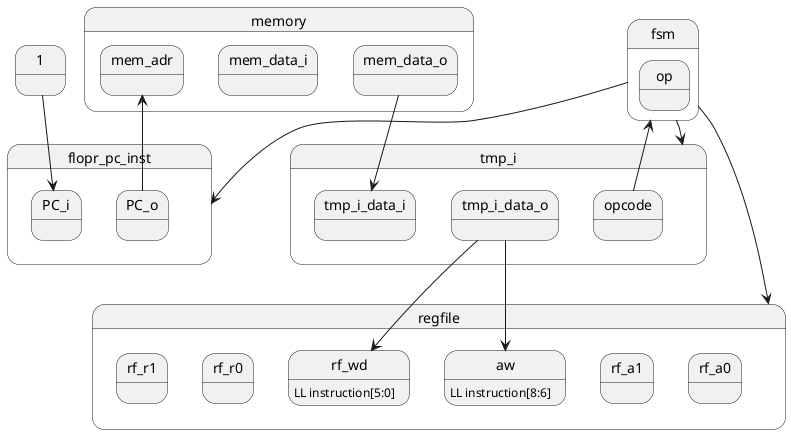
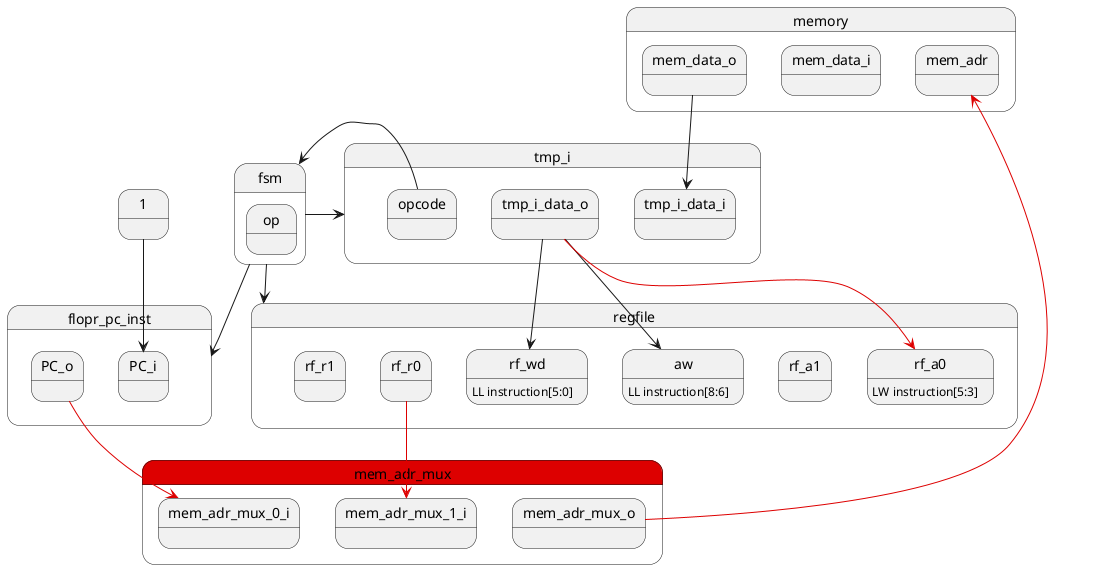
@startuml ttt

state flopr_pc_inst {
    state PC_i
    state PC_o
}

state regfile {
    state rf_a0
+     rf_a0 : LW instruction[5:3]
    state rf_a1
    state aw
    aw : LL instruction[8:6]
    state rf_wd
    rf_wd : LL instruction[5:0]
    state rf_r0
+ 
    state rf_r1
}

state memory {
    state mem_adr
    state mem_data_i
    state mem_data_o
}

state tmp_i {
    state tmp_i_data_i
    state tmp_i_data_o
    state opcode
}

+ state mem_adr_mux #dd0000 {
+    state mem_adr_mux_0_i
+    state mem_adr_mux_1_i
+    state mem_adr_mux_o
+ }
+ 
1 --> PC_i
- PC_o --> mem_adr
+ 
+ PC_o -[#dd0000]-> mem_adr_mux_0_i
+ rf_r0 -[#dd0000]-> mem_adr_mux_1_i
+ mem_adr_mux_o -[#dd0000]-> mem_adr
+ 

mem_data_o --> tmp_i_data_i
tmp_i_data_o --> aw
tmp_i_data_o --> rf_wd

state fsm {
    state op
}

opcode --> fsm
fsm --> tmp_i
fsm --> regfile
fsm --> flopr_pc_inst

- 
- 
- 
+ tmp_i_data_o -[#dd0000]-> rf_a0
@enduml